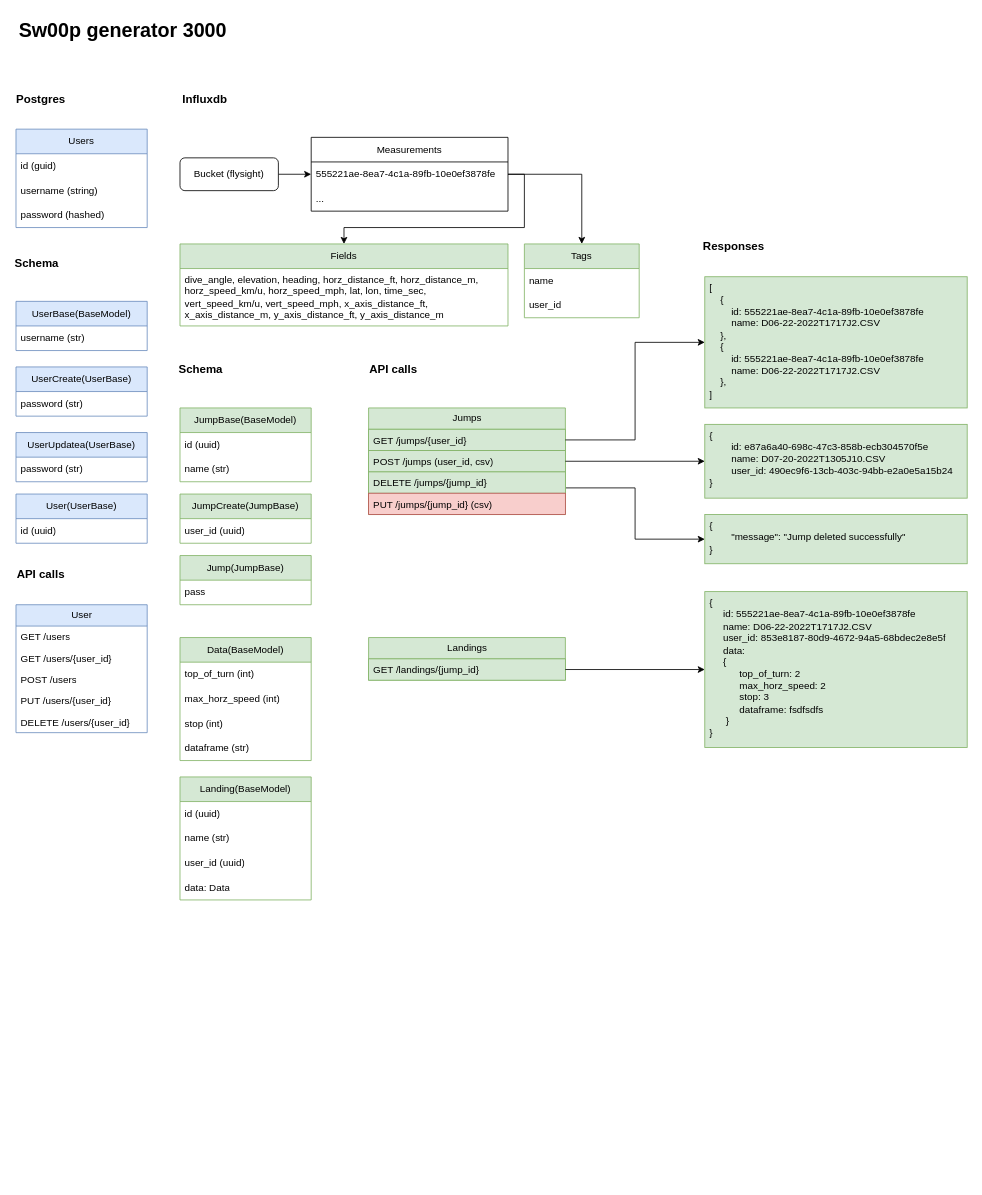
The draw.io diagram databases_schema.drawio in aibybrum/flysight, before the edit. Source tidied: cells renumbered, new cells numbered last; positions are measured from the earlier drawing's top-left corner, leaving out a move shared by most shapes. Both pictures are drawn from the tidied source at 82%, with x=0, y=0 at pixel (16, 14).
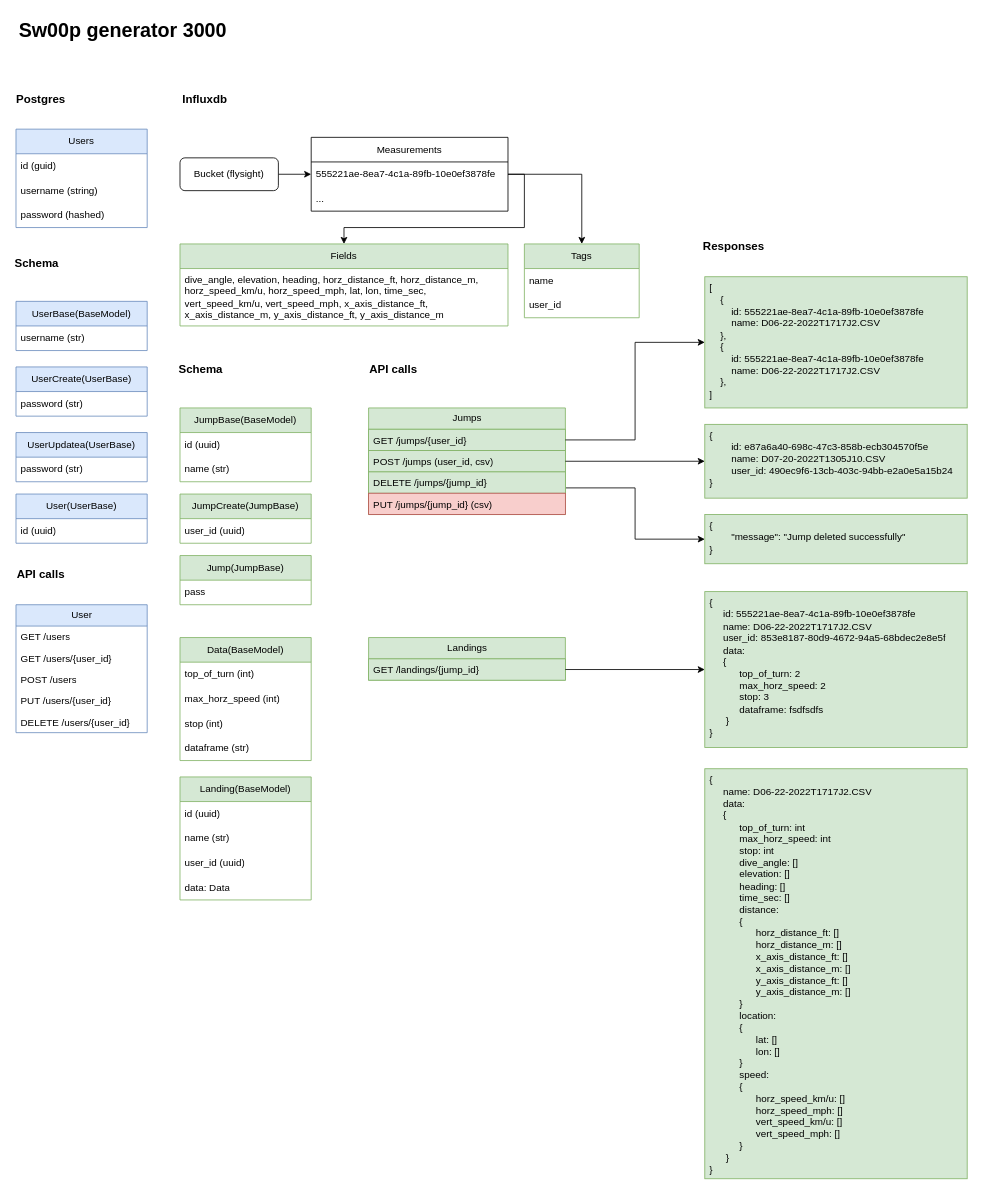
The same diagram, later.

The edit, as a diff of the source:
```diff
@@
+    <mxCell id="72" value="{&lt;br&gt;&amp;nbsp; &amp;nbsp; &amp;nbsp;name:&amp;nbsp;D06-22-2022T1717J2.CSV&lt;br&gt;&amp;nbsp; &amp;nbsp; &amp;nbsp;data:&amp;nbsp;&lt;br&gt;&amp;nbsp; &amp;nbsp; &amp;nbsp;{&lt;br&gt;&amp;nbsp; &amp;nbsp; &amp;nbsp; &amp;nbsp; &amp;nbsp; &amp;nbsp;top_of_turn: int&lt;br&gt;&lt;span style=&quot;white-space: pre;&quot;&gt;&#9;&lt;/span&gt;&amp;nbsp; &amp;nbsp;max_horz_speed: int&lt;br&gt;&lt;span style=&quot;white-space: pre;&quot;&gt;&#9;&lt;/span&gt;&amp;nbsp; &amp;nbsp;stop: int&lt;br&gt;&amp;nbsp; &amp;nbsp; &amp;nbsp; &amp;nbsp; &amp;nbsp; &amp;nbsp;dive_angle: []&lt;br&gt;&lt;span style=&quot;white-space: pre;&quot;&gt;&#9;&lt;/span&gt;&amp;nbsp; &amp;nbsp;elevation: []&lt;br&gt;&amp;nbsp; &amp;nbsp; &amp;nbsp; &amp;nbsp; &amp;nbsp; &amp;nbsp;heading: []&lt;br&gt;&amp;nbsp; &amp;nbsp; &amp;nbsp; &amp;nbsp; &amp;nbsp; &amp;nbsp;time_sec: []&lt;br&gt;&amp;nbsp; &amp;nbsp; &amp;nbsp; &amp;nbsp; &amp;nbsp; &amp;nbsp;distance:&lt;br&gt;&amp;nbsp; &amp;nbsp; &amp;nbsp; &amp;nbsp; &amp;nbsp; &amp;nbsp;{&lt;br&gt;&lt;span style=&quot;white-space: pre;&quot;&gt;&#9;&lt;/span&gt;&amp;nbsp; &amp;nbsp; &amp;nbsp; &amp;nbsp; &amp;nbsp;horz_distance_ft: []&lt;br&gt;&amp;nbsp; &amp;nbsp; &amp;nbsp; &amp;nbsp; &amp;nbsp; &amp;nbsp; &amp;nbsp; &amp;nbsp; &amp;nbsp;horz_distance_m: []&lt;br&gt;&lt;span style=&quot;white-space: pre;&quot;&gt;&#9;&lt;/span&gt;&lt;span style=&quot;white-space: pre;&quot;&gt;&#9;&lt;/span&gt;&amp;nbsp;x_axis_distance_ft: []&lt;br&gt;&amp;nbsp; &amp;nbsp; &amp;nbsp; &amp;nbsp; &amp;nbsp; &amp;nbsp; &amp;nbsp; &amp;nbsp; &amp;nbsp;x_axis_distance_m: []&lt;br&gt;&amp;nbsp; &amp;nbsp; &amp;nbsp; &amp;nbsp; &amp;nbsp; &amp;nbsp; &amp;nbsp; &amp;nbsp; &amp;nbsp;y_axis_distance_ft: []&lt;br&gt;&amp;nbsp; &amp;nbsp; &amp;nbsp; &amp;nbsp; &amp;nbsp; &amp;nbsp; &amp;nbsp; &amp;nbsp; &amp;nbsp;y_axis_distance_m: []&lt;br&gt;&amp;nbsp; &amp;nbsp; &amp;nbsp; &amp;nbsp; &amp;nbsp; &amp;nbsp;}&lt;br&gt;&lt;span style=&quot;white-space: pre;&quot;&gt;&#9;&lt;/span&gt;&amp;nbsp; &amp;nbsp;location:&lt;br&gt;&amp;nbsp; &amp;nbsp; &amp;nbsp; &amp;nbsp; &amp;nbsp; &amp;nbsp;{&lt;br&gt;&lt;span style=&quot;white-space: pre;&quot;&gt;&#9;&lt;/span&gt;&amp;nbsp; &amp;nbsp; &amp;nbsp; &amp;nbsp; &amp;nbsp;lat: []&lt;br&gt;&lt;span style=&quot;white-space: pre;&quot;&gt;&#9;&lt;/span&gt;&lt;span style=&quot;white-space: pre;&quot;&gt;&#9;&lt;/span&gt;&amp;nbsp;lon: []&lt;br&gt;&amp;nbsp; &amp;nbsp; &amp;nbsp; &amp;nbsp; &amp;nbsp; &amp;nbsp;}&lt;br&gt;&lt;span style=&quot;white-space: pre;&quot;&gt;&#9;&lt;/span&gt;&amp;nbsp; &amp;nbsp;speed:&lt;br&gt;&amp;nbsp; &amp;nbsp; &amp;nbsp; &amp;nbsp; &amp;nbsp; &amp;nbsp;{&lt;br&gt;&amp;nbsp; &amp;nbsp; &amp;nbsp; &amp;nbsp; &amp;nbsp; &amp;nbsp; &amp;nbsp; &amp;nbsp; &amp;nbsp;horz_speed_km/u: []&lt;br&gt;&amp;nbsp; &amp;nbsp; &amp;nbsp; &amp;nbsp; &amp;nbsp; &amp;nbsp; &amp;nbsp; &amp;nbsp; &amp;nbsp;horz_speed_mph: []&lt;br&gt;&amp;nbsp; &amp;nbsp; &amp;nbsp; &amp;nbsp; &amp;nbsp; &amp;nbsp; &amp;nbsp; &amp;nbsp; &amp;nbsp;vert_speed_km/u: []&lt;br&gt;&lt;span style=&quot;white-space: pre;&quot;&gt;&#9;&lt;/span&gt;&lt;span style=&quot;white-space: pre;&quot;&gt;&#9;&lt;/span&gt;&amp;nbsp;vert_speed_mph: []&lt;br&gt;&lt;span style=&quot;white-space: pre;&quot;&gt;&#9;&lt;/span&gt;&amp;nbsp; &amp;nbsp;}&lt;br&gt;&amp;nbsp; &amp;nbsp; &amp;nbsp; }&lt;br&gt;}" style="text;strokeColor=#82b366;fillColor=#d5e8d4;align=left;verticalAlign=top;spacingLeft=4;spacingRight=4;overflow=hidden;whiteSpace=wrap;html=1;" parent="1" vertex="1">
+      <mxGeometry x="840" y="920" width="320" height="500" as="geometry" />
+    </mxCell>
```
